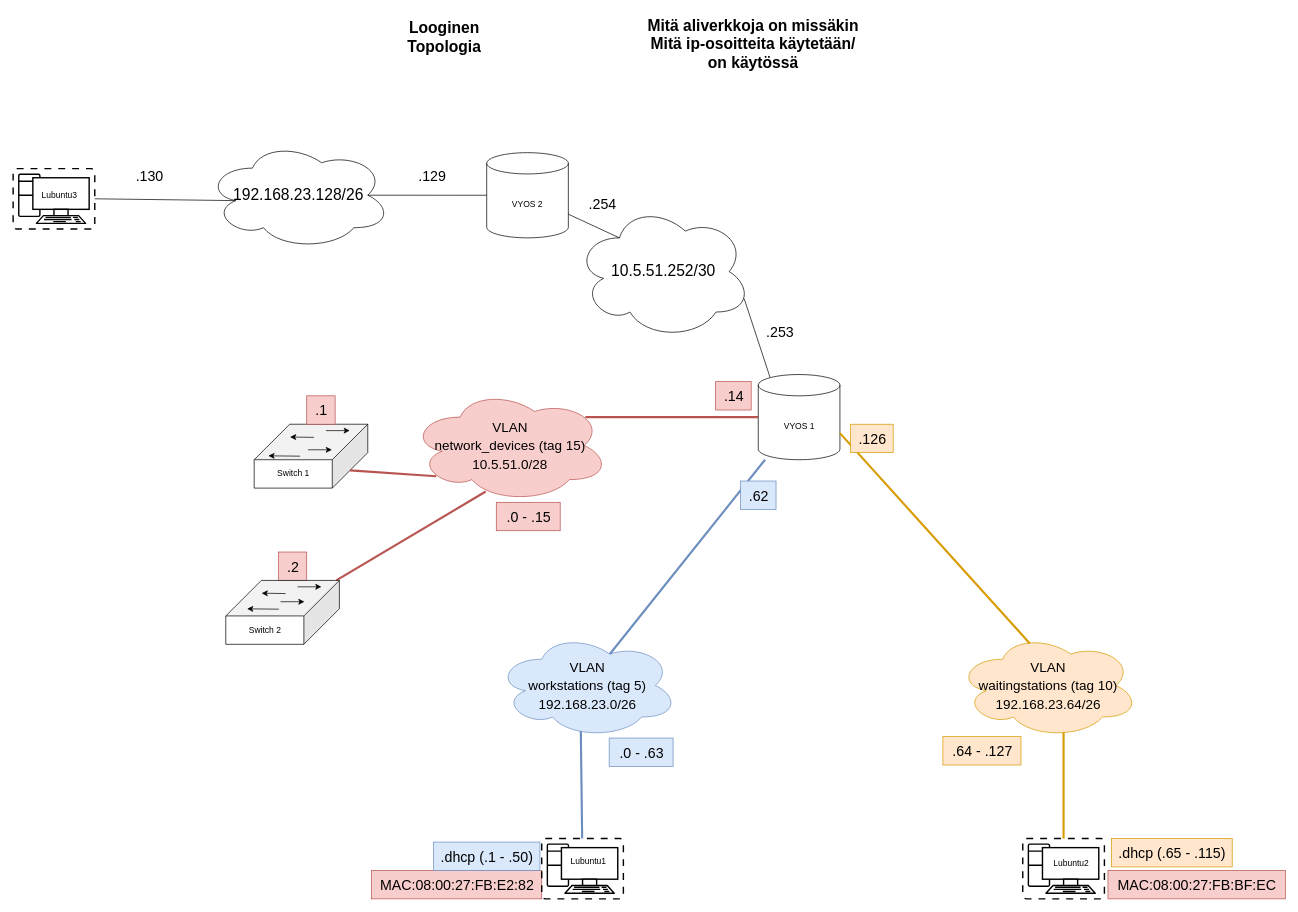
Before: documentation/E05/Harjoitus_kuvat/Tietoverkot_looginen_topologia.drawio in Peltori/Tietoverkot, a draw.io diagram. Source tidied: cells renumbered, new cells numbered last; positions are measured from the earlier drawing's top-left corner, leaving out a move shared by most shapes. Both pictures are drawn from the tidied source at 71%, with x=0, y=0 at pixel (13, 12).
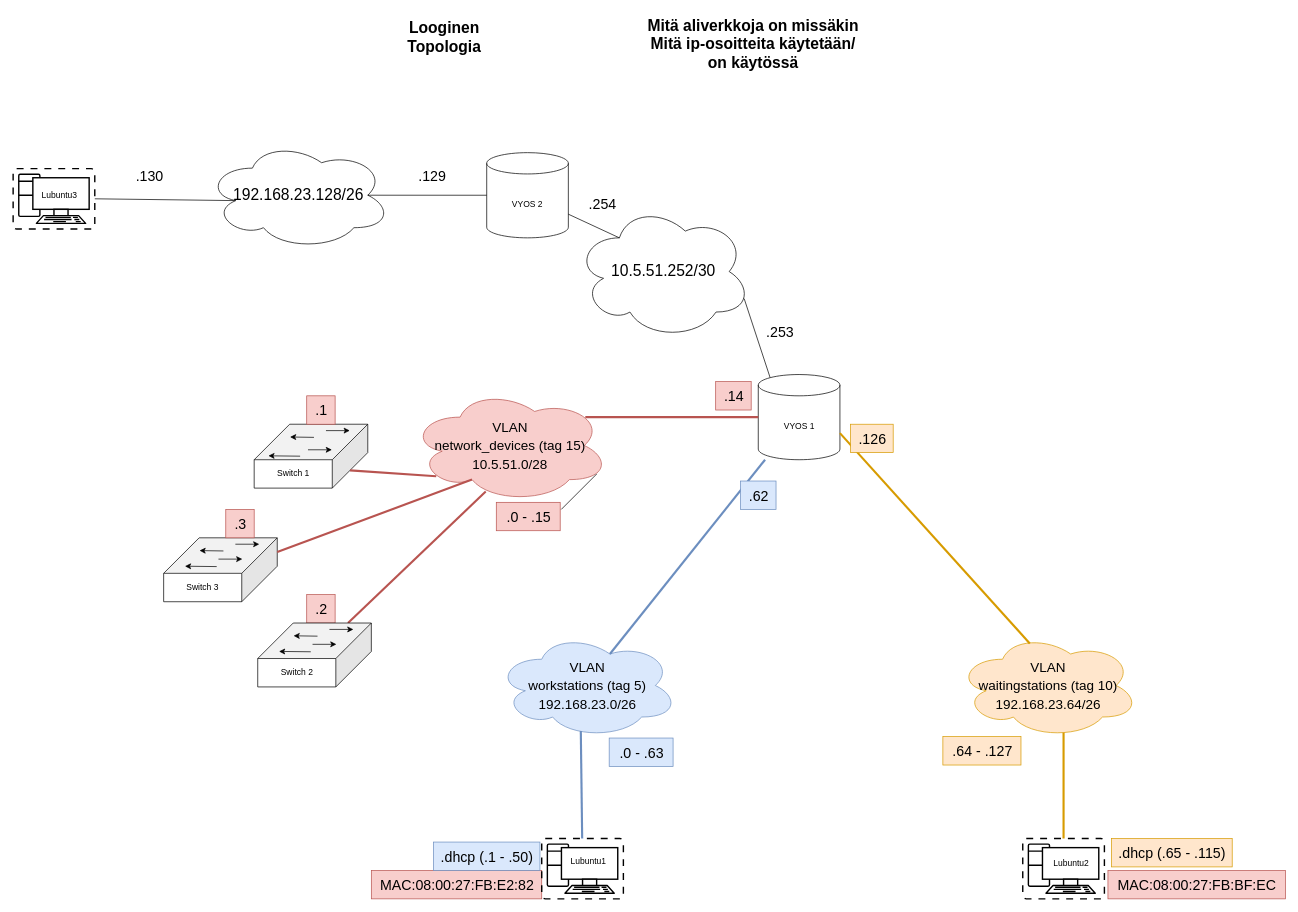
Above is the later version.

Commit message (it also covers changes not shown here):
Lisätty topologia kuvat

Unchanged cells that the change refers to:
```xml
<mxCell id="27" value="&lt;font style=&quot;&quot;&gt;&lt;span style=&quot;font-size: 19px;&quot;&gt;VLAN&lt;/span&gt;&lt;br&gt;&lt;span style=&quot;font-size: 19px;&quot;&gt;network_devices (tag 15)&lt;/span&gt;&lt;br&gt;&lt;/font&gt;&lt;font style=&quot;font-size: 19px;&quot;&gt;10.5.51.0/28&lt;br&gt;&lt;/font&gt;" style="ellipse;shape=cloud;whiteSpace=wrap;html=1;fontSize=22;fillColor=#f8cecc;strokeColor=#b85450;" parent="1" vertex="1">
  <mxGeometry x="559.5" y="530" width="280" height="160" as="geometry" />
</mxCell>
```

What changed in the source:
```diff
@@
     <mxCell id="16" value=".2" style="text;html=1;align=center;verticalAlign=middle;strokeColor=#b85450;fillColor=#f8cecc;fontSize=20;" parent="1" vertex="1">
-      <mxGeometry x="373.5" y="760" width="40" height="40" as="geometry" />
+      <mxGeometry x="413.5" y="820" width="40" height="40" as="geometry" />
     </mxCell>
@@
-    <mxCell id="38" value="Switch 2" style="shape=cube;whiteSpace=wrap;html=1;boundedLbl=1;backgroundOutline=1;darkOpacity=0.05;darkOpacity2=0.1;fillStyle=auto;size=50;flipV=0;flipH=1;labelBackgroundColor=none;" parent="1" vertex="1">
-      <mxGeometry x="299.5" y="800" width="160" height="90" as="geometry" />
-    </mxCell>
-    <mxCell id="39" style="group;" parent="1" vertex="1">
-      <mxGeometry x="329.5" y="809" width="104.7" height="31.5" as="geometry" />
-    </mxCell>
-    <mxCell id="40" style="endArrow=classic;html=1;labelBackgroundColor=none;fontColor=default;" parent="39" edge="1">
-      <mxGeometry relative="1" as="geometry">
-        <mxPoint x="44.7" y="31.5" as="sourcePoint" />
-        <mxPoint y="31" as="targetPoint" />
-      </mxGeometry>
-    </mxCell>
-    <mxCell id="41" style="endArrow=classic;html=1;labelBackgroundColor=none;fontColor=default;" parent="39" edge="1">
-      <mxGeometry relative="1" as="geometry">
-        <mxPoint x="47.2" y="21" as="sourcePoint" />
-        <mxPoint x="80.8" y="21" as="targetPoint" />
-      </mxGeometry>
-    </mxCell>
-    <mxCell id="42" style="endArrow=classic;html=1;labelBackgroundColor=none;fontColor=default;" parent="39" edge="1">
-      <mxGeometry relative="1" as="geometry">
-        <mxPoint x="54.2" y="9.5" as="sourcePoint" />
-        <mxPoint x="20.5" y="9" as="targetPoint" />
-      </mxGeometry>
-    </mxCell>
-    <mxCell id="43" style="endArrow=classic;html=1;labelBackgroundColor=none;fontColor=default;" parent="39" edge="1">
-      <mxGeometry relative="1" as="geometry">
-        <mxPoint x="71" as="sourcePoint" />
-        <mxPoint x="104.7" as="targetPoint" />
-      </mxGeometry>
-    </mxCell>
@@
+    <mxCell id="59" style="group;" parent="1" vertex="1">
+      <mxGeometry x="344.5" y="860" width="160" height="90" as="geometry" />
+    </mxCell>
+    <mxCell id="38" value="Switch 2" style="shape=cube;whiteSpace=wrap;html=1;boundedLbl=1;backgroundOutline=1;darkOpacity=0.05;darkOpacity2=0.1;fillStyle=auto;size=50;flipV=0;flipH=1;labelBackgroundColor=none;" parent="59" vertex="1">
+      <mxGeometry width="160" height="90" as="geometry" />
+    </mxCell>
+    <mxCell id="39" style="group;" parent="59" vertex="1">
+      <mxGeometry x="30" y="9" width="104.7" height="31.5" as="geometry" />
+    </mxCell>
+    <mxCell id="40" style="endArrow=classic;html=1;labelBackgroundColor=none;fontColor=default;" parent="39" edge="1">
+      <mxGeometry relative="1" as="geometry">
+        <mxPoint x="44.7" y="31.5" as="sourcePoint" />
+        <mxPoint y="31" as="targetPoint" />
+      </mxGeometry>
+    </mxCell>
+    <mxCell id="41" style="endArrow=classic;html=1;labelBackgroundColor=none;fontColor=default;" parent="39" edge="1">
+      <mxGeometry relative="1" as="geometry">
+        <mxPoint x="47.2" y="21" as="sourcePoint" />
+        <mxPoint x="80.8" y="21" as="targetPoint" />
+      </mxGeometry>
+    </mxCell>
+    <mxCell id="42" style="endArrow=classic;html=1;labelBackgroundColor=none;fontColor=default;" parent="39" edge="1">
+      <mxGeometry relative="1" as="geometry">
+        <mxPoint x="54.2" y="9.5" as="sourcePoint" />
+        <mxPoint x="20.5" y="9" as="targetPoint" />
+      </mxGeometry>
+    </mxCell>
+    <mxCell id="43" style="endArrow=classic;html=1;labelBackgroundColor=none;fontColor=default;" parent="39" edge="1">
+      <mxGeometry relative="1" as="geometry">
+        <mxPoint x="71" as="sourcePoint" />
+        <mxPoint x="104.7" as="targetPoint" />
+      </mxGeometry>
+    </mxCell>
+    <mxCell id="60" style="group;" parent="1" vertex="1">
+      <mxGeometry x="212" y="740" width="160" height="90" as="geometry" />
+    </mxCell>
+    <mxCell id="61" value="Switch 3" style="shape=cube;whiteSpace=wrap;html=1;boundedLbl=1;backgroundOutline=1;darkOpacity=0.05;darkOpacity2=0.1;fillStyle=auto;size=50;flipV=0;flipH=1;labelBackgroundColor=none;" parent="60" vertex="1">
+      <mxGeometry width="160" height="90" as="geometry" />
+    </mxCell>
+    <mxCell id="62" style="group;" parent="60" vertex="1">
+      <mxGeometry x="30" y="9" width="104.7" height="31.5" as="geometry" />
+    </mxCell>
+    <mxCell id="63" style="endArrow=classic;html=1;labelBackgroundColor=none;fontColor=default;" parent="62" edge="1">
+      <mxGeometry relative="1" as="geometry">
+        <mxPoint x="44.7" y="31.5" as="sourcePoint" />
+        <mxPoint y="31" as="targetPoint" />
+      </mxGeometry>
+    </mxCell>
+    <mxCell id="64" style="endArrow=classic;html=1;labelBackgroundColor=none;fontColor=default;" parent="62" edge="1">
+      <mxGeometry relative="1" as="geometry">
+        <mxPoint x="47.2" y="21" as="sourcePoint" />
+        <mxPoint x="80.8" y="21" as="targetPoint" />
+      </mxGeometry>
+    </mxCell>
+    <mxCell id="65" style="endArrow=classic;html=1;labelBackgroundColor=none;fontColor=default;" parent="62" edge="1">
+      <mxGeometry relative="1" as="geometry">
+        <mxPoint x="54.2" y="9.5" as="sourcePoint" />
+        <mxPoint x="20.5" y="9" as="targetPoint" />
+      </mxGeometry>
+    </mxCell>
+    <mxCell id="66" style="endArrow=classic;html=1;labelBackgroundColor=none;fontColor=default;" parent="62" edge="1">
+      <mxGeometry relative="1" as="geometry">
+        <mxPoint x="71" as="sourcePoint" />
+        <mxPoint x="104.7" as="targetPoint" />
+      </mxGeometry>
+    </mxCell>
+    <mxCell id="67" style="endArrow=none;html=1;rounded=0;" parent="1" edge="1">
+      <mxGeometry relative="1" as="geometry">
+        <mxPoint x="772" y="700" as="sourcePoint" />
+        <mxPoint x="822" y="650" as="targetPoint" />
+      </mxGeometry>
+    </mxCell>
+    <mxCell id="68" style="endArrow=none;html=1;labelBackgroundColor=none;fontColor=default;fillColor=#f8cecc;strokeColor=#b85450;strokeWidth=3;exitX=0.31;exitY=0.8;exitDx=0;exitDy=0;exitPerimeter=0;entryX=0;entryY=0;entryDx=0;entryDy=20;entryPerimeter=0;" parent="1" edge="1" source="27" target="61">
+      <mxGeometry x="1" y="309" relative="1" as="geometry">
+        <mxPoint y="-11" as="offset" />
+      </mxGeometry>
+    </mxCell>
+    <mxCell id="69" value=".3" style="text;html=1;align=center;verticalAlign=middle;strokeColor=#b85450;fillColor=#f8cecc;fontSize=20;" parent="1" vertex="1">
+      <mxGeometry x="299.5" y="700" width="40" height="40" as="geometry" />
+    </mxCell>
```
